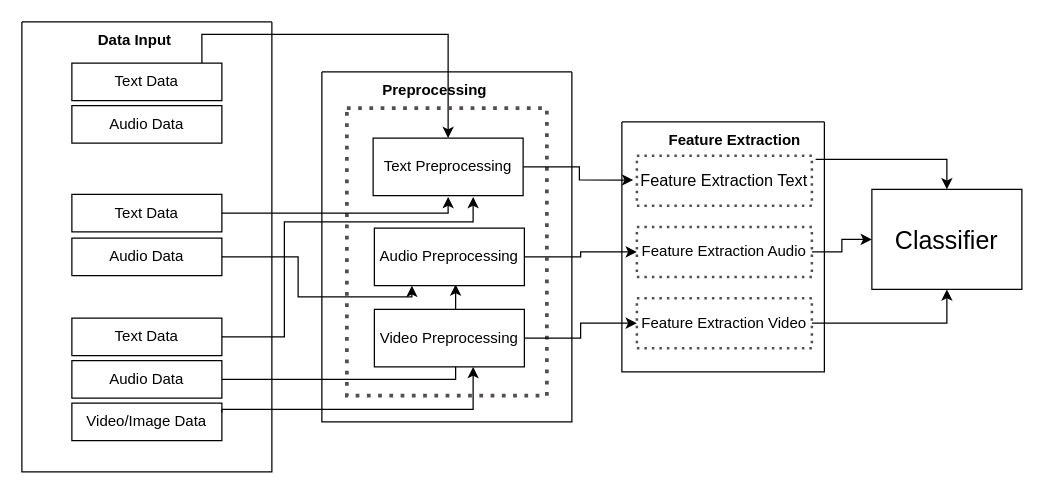
Earlier version of the draw.io diagram one/Untitled Diagram.drawio (theJohnCode/storage). Source tidied: cells renumbered, new cells numbered last; positions are measured from the earlier drawing's top-left corner, leaving out a move shared by most shapes. Both pictures are drawn from the tidied source at 125%, with x=0, y=0 at pixel (21, 21).
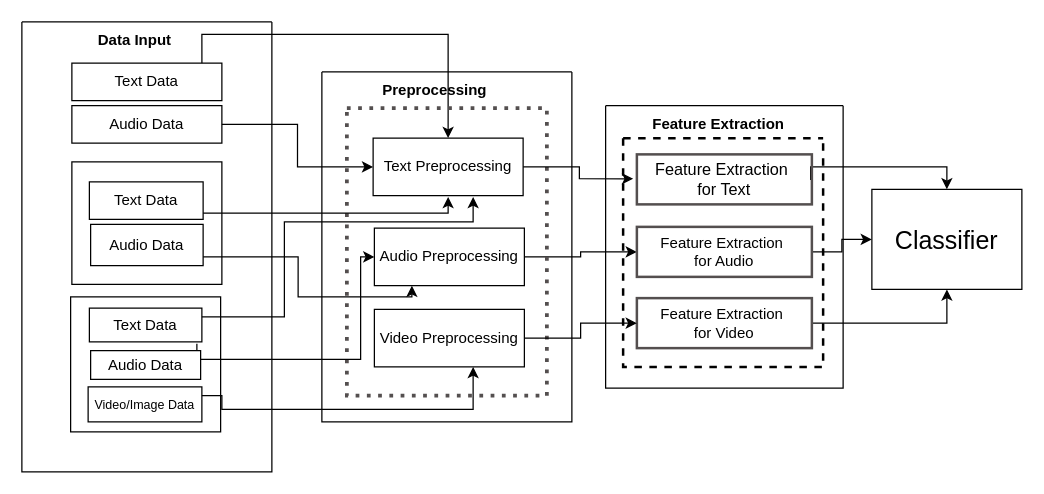
Above is the later version.

Unchanged cells that the change refers to:
```xml
<mxCell id="6" style="swimlane;startSize=0;" parent="1" vertex="1">
  <mxGeometry width="200" height="360" as="geometry" />
</mxCell>
<mxCell id="9" value="Audio Data" style="rounded=0;whiteSpace=wrap;html=1;" parent="6" vertex="1">
  <mxGeometry x="40" y="67" width="120" height="30" as="geometry" />
</mxCell>
<mxCell id="16" value="Text Preprocessing" style="rounded=0;whiteSpace=wrap;html=1;" parent="15" vertex="1">
  <mxGeometry x="41" y="53" width="120" height="46" as="geometry" />
</mxCell>
<mxCell id="18" value="Audio Preprocessing" style="rounded=0;whiteSpace=wrap;html=1;" parent="15" vertex="1">
  <mxGeometry x="42" y="125" width="120" height="46" as="geometry" />
</mxCell>
<mxCell id="27" value="&lt;font style=&quot;font-size: 20px;&quot;&gt;Classifier&lt;/font&gt;" style="rounded=0;whiteSpace=wrap;html=1;fillColor=none;" parent="1" vertex="1">
  <mxGeometry x="680" y="134" width="120" height="80" as="geometry" />
</mxCell>
```

The edit, as a diff of the source:
```diff
@@
-    <mxCell id="2" style="edgeStyle=orthogonalEdgeStyle;rounded=0;jettySize=auto;html=1;exitX=1;exitY=0.5;exitDx=0;exitDy=0;" parent="1" edge="1" source="12">
-      <mxGeometry relative="1" as="geometry">
-        <mxPoint x="347" y="210" as="targetPoint" />
-        <Array as="points">
-          <mxPoint x="347" y="286" />
-        </Array>
-      </mxGeometry>
-    </mxCell>
+    <mxCell id="34" style="edgeStyle=orthogonalEdgeStyle;rounded=0;jettySize=auto;html=1;exitX=1;exitY=0.25;exitDx=0;exitDy=0;" parent="1" edge="1" source="20" target="27">
+      <mxGeometry relative="1" as="geometry">
+        <Array as="points">
+          <mxPoint x="631" y="126" />
+          <mxPoint x="631" y="116" />
+          <mxPoint x="740" y="116" />
+        </Array>
+      </mxGeometry>
+    </mxCell>
@@
+    <mxCell id="2" style="edgeStyle=orthogonalEdgeStyle;rounded=0;jettySize=auto;html=1;exitX=1;exitY=0.5;exitDx=0;exitDy=0;" parent="6" edge="1" target="18">
+      <mxGeometry relative="1" as="geometry">
+        <mxPoint x="140" y="257.5" as="sourcePoint" />
+        <Array as="points">
+          <mxPoint x="140" y="270" />
+          <mxPoint x="271" y="270" />
+          <mxPoint x="271" y="188" />
+        </Array>
+      </mxGeometry>
+    </mxCell>
+    <mxCell id="35" style="rounded=0;whiteSpace=wrap;html=1;fillColor=none;" parent="6" vertex="1">
+      <mxGeometry x="39" y="220" width="120" height="108" as="geometry" />
+    </mxCell>
+    <mxCell id="36" style="rounded=0;whiteSpace=wrap;html=1;fillColor=none;" parent="6" vertex="1">
+      <mxGeometry x="40" y="112" width="120" height="98" as="geometry" />
+    </mxCell>
@@
     <mxCell id="10" value="Text Data" style="rounded=0;whiteSpace=wrap;html=1;" parent="6" vertex="1">
-      <mxGeometry x="40" y="138" width="120" height="30" as="geometry" />
+      <mxGeometry x="54" y="128" width="91" height="30" as="geometry" />
     </mxCell>
     <mxCell id="11" value="Audio Data" style="rounded=0;whiteSpace=wrap;html=1;" parent="6" vertex="1">
-      <mxGeometry x="40" y="173" width="120" height="30" as="geometry" />
+      <mxGeometry x="55" y="162" width="90" height="33" as="geometry" />
     </mxCell>
     <mxCell id="12" value="Audio Data" style="rounded=0;whiteSpace=wrap;html=1;" parent="6" vertex="1">
-      <mxGeometry x="40" y="271" width="120" height="30" as="geometry" />
+      <mxGeometry x="55" y="263" width="88" height="23" as="geometry" />
     </mxCell>
-    <mxCell id="13" value="Video/Image Data" style="rounded=0;whiteSpace=wrap;html=1;" parent="6" vertex="1">
-      <mxGeometry x="40" y="305" width="120" height="30" as="geometry" />
+    <mxCell id="13" value="&lt;font style=&quot;font-size: 10px;&quot;&gt;Video/Image Data&lt;/font&gt;" style="rounded=0;whiteSpace=wrap;html=1;" parent="6" vertex="1">
+      <mxGeometry x="53" y="292" width="91" height="28" as="geometry" />
     </mxCell>
     <mxCell id="14" value="Text Data" style="rounded=0;whiteSpace=wrap;html=1;" parent="6" vertex="1">
-      <mxGeometry x="40" y="237" width="120" height="30" as="geometry" />
+      <mxGeometry x="54" y="229" width="90" height="27" as="geometry" />
     </mxCell>
@@
-    <mxCell id="20" value="&lt;font style=&quot;font-size: 13px;&quot;&gt;Feature Extraction Text&lt;/font&gt;" style="rounded=0;whiteSpace=wrap;html=1;strokeColor=light-dark(#544f4f, #ededed);dashed=1;dashPattern=1 2;strokeWidth=2;fillColor=none;perimeterSpacing=0;" parent="1" vertex="1">
-      <mxGeometry x="492" y="107" width="140" height="40" as="geometry" />
+    <mxCell id="20" value="&lt;font style=&quot;font-size: 13px;&quot;&gt;Feature Extraction&amp;nbsp;&lt;/font&gt;&lt;div&gt;&lt;font style=&quot;font-size: 13px;&quot;&gt;for Text&lt;/font&gt;&lt;/div&gt;" style="rounded=0;whiteSpace=wrap;html=1;strokeColor=light-dark(#544f4f, #ededed);strokeWidth=2;fillColor=none;perimeterSpacing=0;" parent="1" vertex="1">
+      <mxGeometry x="492" y="106" width="140" height="40" as="geometry" />
     </mxCell>
-    <mxCell id="21" style="swimlane;startSize=0;" parent="1" vertex="1">
-      <mxGeometry x="480" y="80" width="162" height="200" as="geometry" />
-    </mxCell>
-    <mxCell id="22" value="&lt;b&gt;Feature Extraction&lt;/b&gt;" style="text;html=1;align=center;verticalAlign=middle;points=[];strokeColor=none;fillColor=none;" parent="21" vertex="1">
-      <mxGeometry x="25" width="130" height="30" as="geometry" />
-    </mxCell>
@@
-    <mxCell id="24" value="Feature Extraction Audio" style="rounded=0;whiteSpace=wrap;html=1;strokeColor=light-dark(#544f4f, #ededed);dashed=1;dashPattern=1 2;strokeWidth=2;fillColor=none;perimeterSpacing=0;" parent="1" vertex="1">
+    <mxCell id="24" value="Feature Extraction&amp;nbsp;&lt;div&gt;for Audio&lt;/div&gt;" style="rounded=0;whiteSpace=wrap;html=1;strokeColor=light-dark(#544f4f, #ededed);strokeWidth=2;fillColor=none;perimeterSpacing=0;" parent="1" vertex="1">
       <mxGeometry x="492" y="164" width="140" height="40" as="geometry" />
     </mxCell>
@@
-    <mxCell id="26" value="Feature Extraction Video" style="rounded=0;whiteSpace=wrap;html=1;strokeColor=light-dark(#544f4f, #ededed);dashed=1;dashPattern=1 2;strokeWidth=2;fillColor=none;perimeterSpacing=0;" parent="1" vertex="1">
+    <mxCell id="26" value="Feature Extraction&amp;nbsp;&lt;div&gt;for Video&lt;/div&gt;" style="rounded=0;whiteSpace=wrap;html=1;strokeColor=light-dark(#544f4f, #ededed);strokeWidth=2;fillColor=none;perimeterSpacing=0;" parent="1" vertex="1">
       <mxGeometry x="492" y="221" width="140" height="40" as="geometry" />
     </mxCell>
@@
     <mxCell id="29" style="edgeStyle=orthogonalEdgeStyle;rounded=0;jettySize=auto;html=1;" parent="1" edge="1" source="14">
       <mxGeometry relative="1" as="geometry">
         <mxPoint x="361" y="140" as="targetPoint" />
         <Array as="points">
-          <mxPoint x="210" y="252" />
+          <mxPoint x="210" y="236" />
           <mxPoint x="210" y="160" />
           <mxPoint x="361" y="160" />
-          <mxPoint x="361" y="140" />
         </Array>
       </mxGeometry>
     </mxCell>
@@
-    <mxCell id="34" style="edgeStyle=orthogonalEdgeStyle;rounded=0;jettySize=auto;html=1;" parent="1" edge="1" source="22" target="27">
-      <mxGeometry relative="1" as="geometry">
-        <Array as="points">
-          <mxPoint x="740" y="110" />
-        </Array>
-      </mxGeometry>
-    </mxCell>
+    <mxCell id="21" style="swimlane;startSize=0;" parent="1" vertex="1">
+      <mxGeometry x="467" y="67" width="190" height="226" as="geometry" />
+    </mxCell>
+    <mxCell id="22" value="&lt;b&gt;Feature Extraction&lt;/b&gt;" style="text;html=1;align=center;verticalAlign=middle;points=[];strokeColor=none;fillColor=none;" parent="21" vertex="1">
+      <mxGeometry x="25" width="130" height="30" as="geometry" />
+    </mxCell>
+    <mxCell id="37" style="edgeStyle=orthogonalEdgeStyle;rounded=0;jettySize=auto;html=1;entryX=0;entryY=0.5;entryDx=0;entryDy=0;" parent="1" edge="1" source="9" target="16">
+      <mxGeometry relative="1" as="geometry" />
+    </mxCell>
+    <mxCell id="38" style="swimlane;startSize=0;dashed=1;strokeWidth=2;" parent="1" vertex="1">
+      <mxGeometry x="481" y="93" width="160" height="183" as="geometry" />
+    </mxCell>
```
